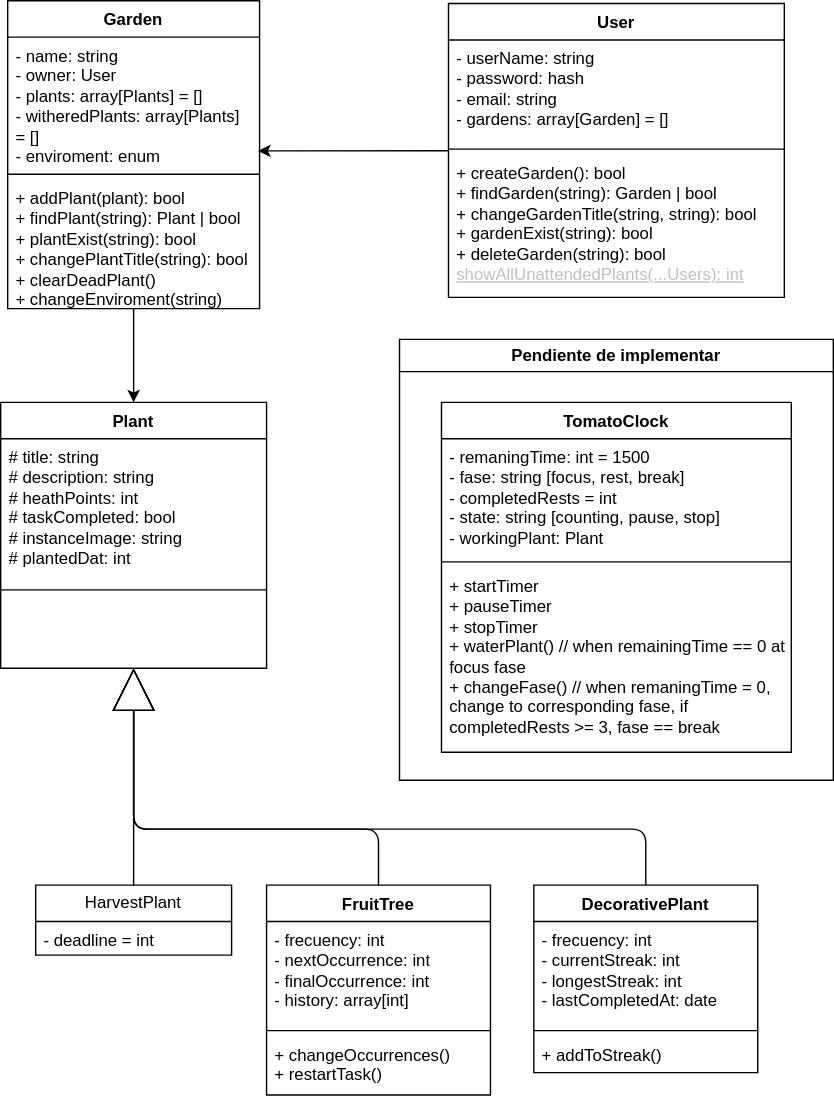
The draw.io diagram utils/uml-pomodoro-garden.drawio.svg in danielmoralesar/pomodoro-garden, before a commit. Source tidied: cells renumbered, new cells last; positions are measured from the earlier drawing's top-left corner, leaving out a move shared by most shapes.
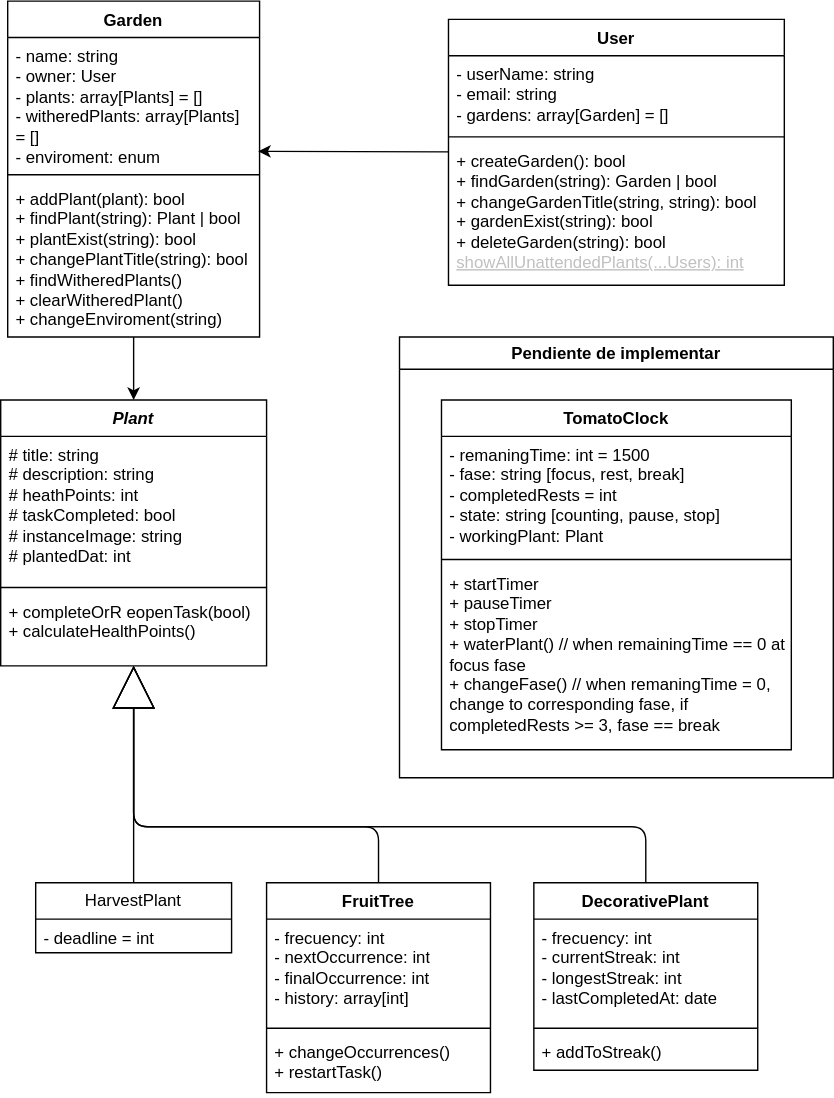
Above is the later version.

Diff of the diagram source:
```diff
@@ -2,7 +2,7 @@
   <root>
     <mxCell id="0" />
     <mxCell id="1" parent="0" />
-    <mxCell id="2" value="Plant" style="swimlane;fontStyle=1;align=center;verticalAlign=top;horizontal=1;startSize=26;whiteSpace=wrap;html=1;" parent="1" vertex="1">
+    <mxCell id="2" value="&lt;i&gt;Plant&lt;/i&gt;" style="swimlane;fontStyle=1;align=center;verticalAlign=top;horizontal=1;startSize=26;whiteSpace=wrap;html=1;" parent="1" vertex="1">
       <mxGeometry y="287" width="190" height="190" as="geometry" />
     </mxCell>
     <mxCell id="3" value="# title: string&lt;div&gt;# description: string&lt;/div&gt;&lt;div&gt;# heathPoints: int&amp;nbsp;&lt;/div&gt;&lt;div&gt;# taskCompleted: bool&lt;/div&gt;&lt;div&gt;# instanceImage: string&lt;/div&gt;&lt;div&gt;# plantedDat: int&lt;/div&gt;" style="text;strokeColor=none;fillColor=none;align=left;verticalAlign=top;spacingLeft=4;spacingRight=4;overflow=hidden;whiteSpace=wrap;html=1;" parent="2" vertex="1">
@@ -11,7 +11,7 @@
     <mxCell id="4" style="line;strokeWidth=1;fillColor=none;align=left;verticalAlign=middle;spacingTop=-1;spacingLeft=3;spacingRight=3;labelPosition=right;strokeColor=inherit;" parent="2" vertex="1">
       <mxGeometry y="130" width="190" height="8" as="geometry" />
     </mxCell>
-    <mxCell id="5" value="&lt;div&gt;&lt;font style=&quot;color: rgb(255, 255, 255);&quot;&gt;&lt;font style=&quot;&quot;&gt;+ completeOrR&lt;/font&gt;&lt;span style=&quot;background-color: transparent;&quot;&gt;eopenTask(bool)&lt;/span&gt;&lt;/font&gt;&lt;/div&gt;&lt;div&gt;&lt;font style=&quot;color: rgb(255, 255, 255);&quot;&gt;&lt;u style=&quot;&quot;&gt;+ calculateHealthPoints()&lt;/u&gt;&lt;/font&gt;&lt;/div&gt;" style="text;strokeColor=none;fillColor=none;align=left;verticalAlign=top;spacingLeft=4;spacingRight=4;overflow=hidden;points=[[0,0.5],[1,0.5]];portConstraint=eastwest;whiteSpace=wrap;html=1;" parent="2" vertex="1">
+    <mxCell id="5" value="&lt;div&gt;&lt;font style=&quot;color: light-dark(rgb(0, 0, 0), rgb(255, 255, 255));&quot;&gt;&lt;font style=&quot;&quot;&gt;+ completeOrR&lt;/font&gt;&lt;span style=&quot;background-color: transparent;&quot;&gt;eopenTask(bool)&lt;/span&gt;&lt;/font&gt;&lt;/div&gt;&lt;div&gt;&lt;font style=&quot;color: light-dark(rgb(0, 0, 0), rgb(255, 255, 255));&quot;&gt;+ calculateHealthPoints()&lt;/font&gt;&lt;/div&gt;" style="text;strokeColor=none;fillColor=none;align=left;verticalAlign=top;spacingLeft=4;spacingRight=4;overflow=hidden;points=[[0,0.5],[1,0.5]];portConstraint=eastwest;whiteSpace=wrap;html=1;" parent="2" vertex="1">
       <mxGeometry y="138" width="190" height="52" as="geometry" />
     </mxCell>
     <mxCell id="6" style="edgeStyle=none;html=1;endArrow=block;endFill=0;endSize=28;" parent="1" edge="1" source="7" target="5">
@@ -67,7 +67,7 @@
       <mxGeometry relative="1" as="geometry" />
     </mxCell>
     <mxCell id="20" value="Garden" style="swimlane;fontStyle=1;align=center;verticalAlign=top;horizontal=1;startSize=26;whiteSpace=wrap;html=1;" parent="1" vertex="1">
-      <mxGeometry x="5" width="180" height="220" as="geometry" />
+      <mxGeometry x="5" y="2" width="180" height="240" as="geometry" />
     </mxCell>
     <mxCell id="21" value="&lt;div&gt;- name: string&lt;/div&gt;- owner: User&lt;div&gt;&lt;div&gt;- plants: array[Plants] = []&lt;/div&gt;&lt;/div&gt;&lt;div&gt;- witheredPlants: array[Plants] = []&lt;/div&gt;&lt;div&gt;- enviroment: enum&lt;/div&gt;" style="text;strokeColor=none;fillColor=none;align=left;verticalAlign=top;spacingLeft=4;spacingRight=4;overflow=hidden;points=[[0,0.5],[1,0.5]];portConstraint=eastwest;whiteSpace=wrap;html=1;" parent="20" vertex="1">
       <mxGeometry y="26" width="180" height="94" as="geometry" />
@@ -75,20 +75,20 @@
     <mxCell id="22" style="line;strokeWidth=1;fillColor=none;align=left;verticalAlign=middle;spacingTop=-1;spacingLeft=3;spacingRight=3;labelPosition=right;strokeColor=inherit;" parent="20" vertex="1">
       <mxGeometry y="120" width="180" height="8" as="geometry" />
     </mxCell>
-    <mxCell id="23" value="+ addPlant(plant): bool&lt;div&gt;&lt;font&gt;+ findPlant(string): Plant | bool&lt;/font&gt;&lt;/div&gt;&lt;div&gt;&lt;font&gt;+ plantExist(string): bool&lt;/font&gt;&lt;/div&gt;&lt;div&gt;&lt;font&gt;+ changePlantTitle(string): bool&lt;br&gt;&lt;/font&gt;&lt;div&gt;+ clearDeadPlant()&lt;/div&gt;&lt;div&gt;+ changeEnviroment(string)&lt;/div&gt;&lt;/div&gt;" style="text;strokeColor=none;fillColor=none;align=left;verticalAlign=top;spacingLeft=4;spacingRight=4;overflow=hidden;whiteSpace=wrap;html=1;" parent="20" vertex="1">
-      <mxGeometry y="128" width="180" height="92" as="geometry" />
+    <mxCell id="23" value="+ addPlant(plant): bool&lt;div&gt;&lt;font&gt;+ findPlant(string): Plant | bool&lt;/font&gt;&lt;/div&gt;&lt;div&gt;&lt;font&gt;+ plantExist(string): bool&lt;/font&gt;&lt;/div&gt;&lt;div&gt;&lt;font&gt;+ changePlantTitle(string): bool&lt;/font&gt;&lt;/div&gt;&lt;div&gt;&lt;font&gt;+ findWitheredPlants()&lt;br&gt;&lt;/font&gt;&lt;div&gt;+ clearWitheredPlant()&lt;/div&gt;&lt;div&gt;+ changeEnviroment(string)&lt;/div&gt;&lt;/div&gt;" style="text;strokeColor=none;fillColor=none;align=left;verticalAlign=top;spacingLeft=4;spacingRight=4;overflow=hidden;whiteSpace=wrap;html=1;" parent="20" vertex="1">
+      <mxGeometry y="128" width="180" height="112" as="geometry" />
     </mxCell>
     <mxCell id="24" value="User" style="swimlane;fontStyle=1;align=center;verticalAlign=top;horizontal=1;startSize=26;whiteSpace=wrap;html=1;" parent="1" vertex="1">
-      <mxGeometry x="320" y="2" width="240" height="210" as="geometry" />
+      <mxGeometry x="320" y="15" width="240" height="190" as="geometry" />
     </mxCell>
-    <mxCell id="25" value="- userName: string&lt;div&gt;- password: hash&lt;/div&gt;&lt;div&gt;- email: string&lt;/div&gt;&lt;div&gt;- gardens: array[Garden] = []&lt;/div&gt;&lt;div&gt;&lt;br&gt;&lt;/div&gt;" style="text;strokeColor=none;fillColor=none;align=left;verticalAlign=top;spacingLeft=4;spacingRight=4;overflow=hidden;whiteSpace=wrap;html=1;" parent="24" vertex="1">
-      <mxGeometry y="26" width="240" height="74" as="geometry" />
+    <mxCell id="25" value="- userName: string&lt;div&gt;- email: string&lt;/div&gt;&lt;div&gt;- gardens: array[Garden] = []&lt;/div&gt;&lt;div&gt;&lt;br&gt;&lt;/div&gt;" style="text;strokeColor=none;fillColor=none;align=left;verticalAlign=top;spacingLeft=4;spacingRight=4;overflow=hidden;whiteSpace=wrap;html=1;" parent="24" vertex="1">
+      <mxGeometry y="26" width="240" height="54" as="geometry" />
     </mxCell>
     <mxCell id="26" style="line;strokeWidth=1;fillColor=none;align=left;verticalAlign=middle;spacingTop=-1;spacingLeft=3;spacingRight=3;labelPosition=right;strokeColor=inherit;" parent="24" vertex="1">
-      <mxGeometry y="100" width="240" height="8" as="geometry" />
+      <mxGeometry y="80" width="240" height="8" as="geometry" />
     </mxCell>
     <mxCell id="27" value="&lt;div&gt;&lt;span style=&quot;background-color: transparent;&quot;&gt;&lt;font style=&quot;color: rgb(0, 0, 0);&quot;&gt;+ createGarden(): bool&amp;nbsp;&lt;/font&gt;&lt;/span&gt;&lt;/div&gt;&lt;div&gt;&lt;font style=&quot;color: rgb(0, 0, 0);&quot;&gt;+ findGarden(string): Garden | bool&lt;/font&gt;&lt;/div&gt;&lt;div&gt;&lt;font style=&quot;color: rgb(0, 0, 0);&quot;&gt;+ changeGardenTitle(string, string): bool&lt;/font&gt;&lt;/div&gt;&lt;div&gt;&lt;font style=&quot;color: rgb(0, 0, 0);&quot;&gt;+ gardenExist(string): bool&lt;br&gt;&lt;/font&gt;&lt;div&gt;&lt;font style=&quot;color: rgb(0, 0, 0);&quot;&gt;+ deleteGarden(string): bool&lt;/font&gt;&lt;/div&gt;&lt;div&gt;&lt;font style=&quot;color: rgb(192, 192, 192);&quot;&gt;&lt;u style=&quot;scrollbar-color: rgb(75, 75, 75) rgb(27, 29, 30);&quot;&gt;showAllUnattendedPlants(...Users): int&lt;/u&gt;&lt;/font&gt;&lt;/div&gt;&lt;div&gt;&lt;br&gt;&lt;/div&gt;&lt;/div&gt;" style="text;strokeColor=none;fillColor=none;align=left;verticalAlign=top;spacingLeft=4;spacingRight=4;overflow=hidden;whiteSpace=wrap;html=1;" parent="24" vertex="1">
-      <mxGeometry y="108" width="240" height="102" as="geometry" />
+      <mxGeometry y="88" width="240" height="102" as="geometry" />
     </mxCell>
     <mxCell id="28" style="edgeStyle=none;html=1;entryX=0.994;entryY=0.865;entryDx=0;entryDy=0;entryPerimeter=0;" parent="1" edge="1" source="24" target="21">
       <mxGeometry relative="1" as="geometry" />
```
